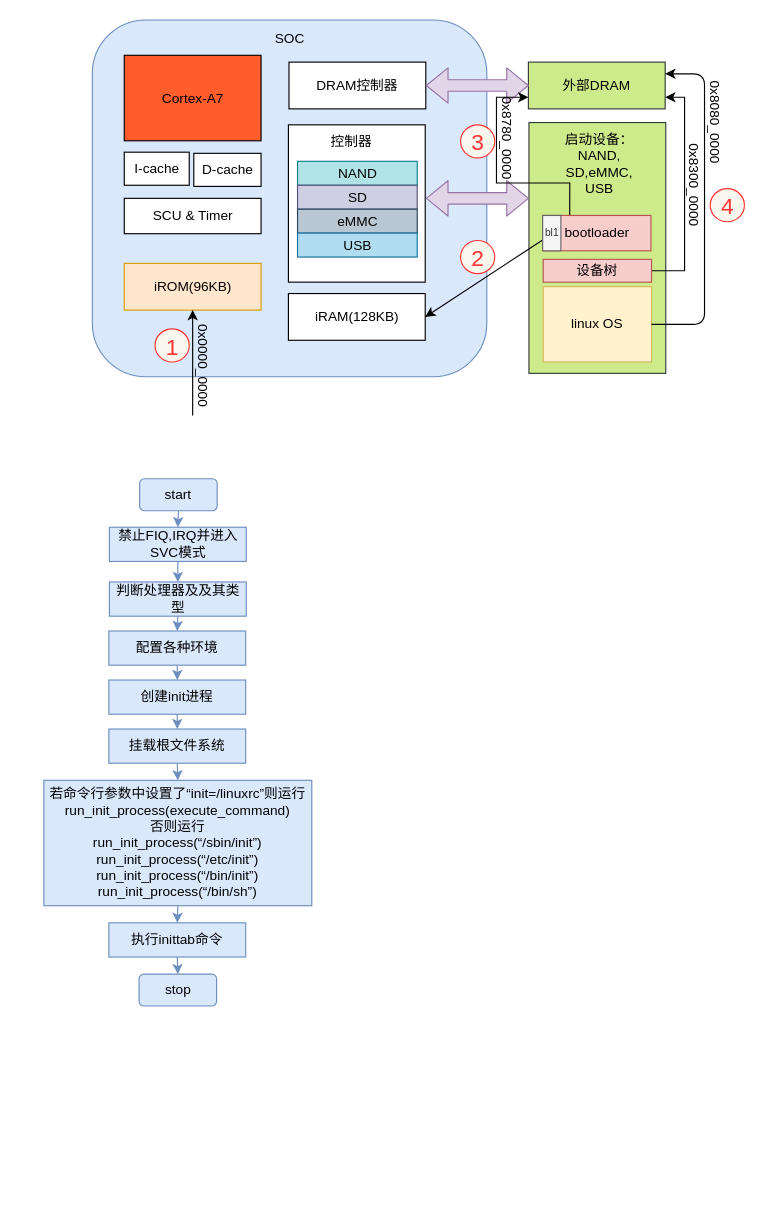
The draw.io diagram documentation/building_image/boot.drawio in Embedfire/embed_linux_tutorial, before the edit. Source tidied: cells renumbered, new cells numbered last; positions are measured from the earlier drawing's top-left corner, leaving out a move shared by most shapes. Both pictures are drawn from the tidied source at 114%, with x=0, y=0 at pixel (43, 19).
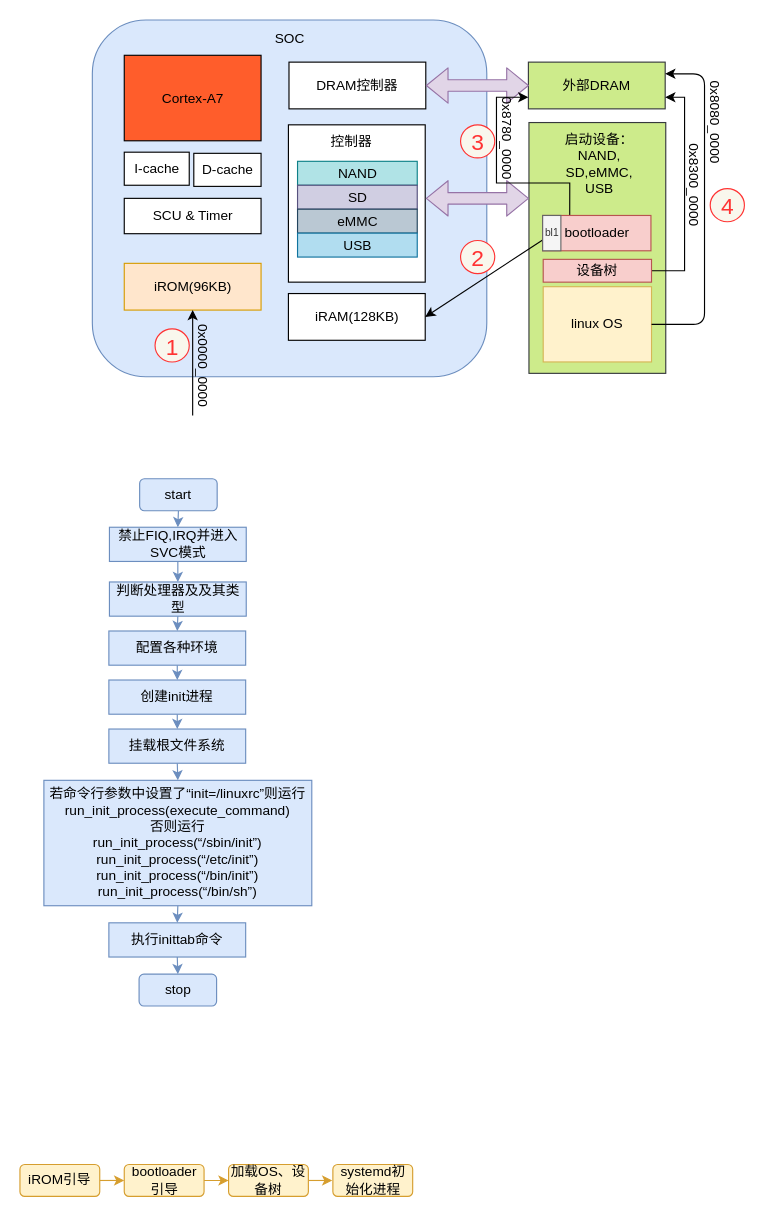
The same page after the edit.

The edit, as a diff of the source:
```diff
@@
+    <mxCell id="56" style="edgeStyle=orthogonalEdgeStyle;rounded=0;jettySize=auto;html=1;exitX=1;exitY=0.5;exitDx=0;exitDy=0;entryX=0;entryY=0.5;entryDx=0;entryDy=0;fillColor=#fff2cc;strokeColor=#D69E2F;" parent="1" edge="1" source="57" target="59">
+      <mxGeometry relative="1" as="geometry" />
+    </mxCell>
+    <mxCell id="57" value="iROM引导" style="rounded=1;whiteSpace=wrap;html=1;fillColor=#fff2cc;strokeColor=#D69E2F;" parent="1" vertex="1">
+      <mxGeometry x="-21" y="1004" width="70" height="28" as="geometry" />
+    </mxCell>
+    <mxCell id="58" style="edgeStyle=orthogonalEdgeStyle;rounded=0;jettySize=auto;html=1;exitX=1;exitY=0.5;exitDx=0;exitDy=0;fillColor=#fff2cc;strokeColor=#D69E2F;" parent="1" edge="1" source="59" target="61">
+      <mxGeometry relative="1" as="geometry" />
+    </mxCell>
+    <mxCell id="59" value="bootloader引导" style="rounded=1;whiteSpace=wrap;html=1;fillColor=#fff2cc;strokeColor=#D69E2F;" parent="1" vertex="1">
+      <mxGeometry x="70.5" y="1004" width="70" height="28" as="geometry" />
+    </mxCell>
+    <mxCell id="60" style="edgeStyle=orthogonalEdgeStyle;rounded=0;jettySize=auto;html=1;exitX=1;exitY=0.5;exitDx=0;exitDy=0;fillColor=#fff2cc;strokeColor=#D69E2F;" parent="1" edge="1" source="61">
+      <mxGeometry relative="1" as="geometry">
+        <mxPoint x="253" y="1018" as="targetPoint" />
+      </mxGeometry>
+    </mxCell>
+    <mxCell id="61" value="加载OS、设备树" style="rounded=1;whiteSpace=wrap;html=1;fillColor=#fff2cc;strokeColor=#D69E2F;" parent="1" vertex="1">
+      <mxGeometry x="162" y="1004" width="70" height="28" as="geometry" />
+    </mxCell>
+    <mxCell id="62" value="systemd初始化进程" style="rounded=1;whiteSpace=wrap;html=1;fillColor=#fff2cc;strokeColor=#D69E2F;" parent="1" vertex="1">
+      <mxGeometry x="253.5" y="1004" width="70" height="28" as="geometry" />
+    </mxCell>
```
